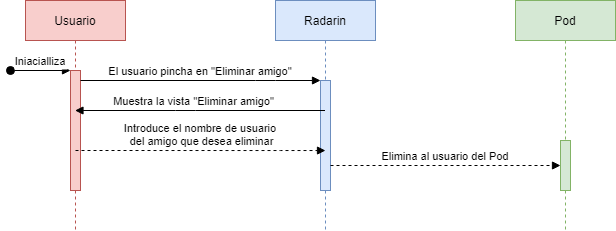
Earlier version of the draw.io export webapp/docs/images/eliminarAmigo.png (Arquisoft/radarin_es2a). Source tidied: cells renumbered, new cells last; positions are measured from the earlier drawing's top-left corner, leaving out a move shared by most shapes. Its diagram source:
```xml
<mxGraphModel>
  <root>
    <mxCell id="0" />
    <mxCell id="1" parent="0" />
    <mxCell id="2" value="Usuario" style="shape=umlLifeline;perimeter=lifelinePerimeter;rounded=0;shadow=0;strokeWidth=1;fillColor=#f8cecc;strokeColor=#b85450;" parent="1" vertex="1">
      <mxGeometry x="15" width="100" height="230" as="geometry" />
    </mxCell>
    <mxCell id="3" style="points=[];perimeter=orthogonalPerimeter;rounded=0;shadow=0;strokeWidth=1;fillColor=#f8cecc;strokeColor=#b85450;" parent="2" vertex="1">
      <mxGeometry x="45" y="70" width="10" height="120" as="geometry" />
    </mxCell>
    <mxCell id="4" value="Iniacialliza" style="verticalAlign=bottom;startArrow=oval;endArrow=block;startSize=8;shadow=0;strokeWidth=1;" parent="2" edge="1" target="3">
      <mxGeometry relative="1" as="geometry">
        <mxPoint x="-15" y="70" as="sourcePoint" />
      </mxGeometry>
    </mxCell>
    <mxCell id="5" value="Radarin" style="shape=umlLifeline;perimeter=lifelinePerimeter;rounded=0;shadow=0;strokeWidth=1;fillColor=#dae8fc;strokeColor=#6c8ebf;" parent="1" vertex="1">
      <mxGeometry x="265" width="100" height="230" as="geometry" />
    </mxCell>
    <mxCell id="6" style="points=[];perimeter=orthogonalPerimeter;rounded=0;shadow=0;strokeWidth=1;fillColor=#dae8fc;strokeColor=#6c8ebf;" parent="5" vertex="1">
      <mxGeometry x="45" y="80" width="10" height="110" as="geometry" />
    </mxCell>
    <mxCell id="7" value="El usuario pincha en &quot;Eliminar amigo&quot;" style="verticalAlign=bottom;endArrow=block;entryX=0;entryY=0;shadow=0;strokeWidth=1;" parent="1" edge="1" source="3" target="6">
      <mxGeometry relative="1" as="geometry">
        <Array as="points">
          <mxPoint x="255" y="80" />
        </Array>
      </mxGeometry>
    </mxCell>
    <mxCell id="8" value="Pod" style="shape=umlLifeline;perimeter=lifelinePerimeter;rounded=0;shadow=0;strokeWidth=1;fillColor=#d5e8d4;strokeColor=#82b366;" parent="1" vertex="1">
      <mxGeometry x="505" width="100" height="230" as="geometry" />
    </mxCell>
    <mxCell id="9" style="points=[];perimeter=orthogonalPerimeter;rounded=0;shadow=0;strokeWidth=1;fillColor=#d5e8d4;strokeColor=#82b366;" parent="8" vertex="1">
      <mxGeometry x="45" y="140" width="10" height="50" as="geometry" />
    </mxCell>
    <mxCell id="10" value="Muestra la vista &quot;Eliminar amigo&quot;" style="verticalAlign=bottom;endArrow=block;shadow=0;strokeWidth=1;" parent="1" edge="1" source="5" target="2">
      <mxGeometry x="0.05" relative="1" as="geometry">
        <Array as="points">
          <mxPoint x="175" y="110" />
        </Array>
      </mxGeometry>
    </mxCell>
    <mxCell id="11" value="Introduce el nombre de usuario&#10; del amigo que desea eliminar" style="verticalAlign=bottom;endArrow=block;entryX=0;entryY=0;shadow=0;strokeWidth=1;exitX=0.5;exitY=0.318;exitDx=0;exitDy=0;exitPerimeter=0;dashed=1;" parent="1" edge="1">
      <mxGeometry relative="1" as="geometry">
        <mxPoint x="65" y="150" as="sourcePoint" />
        <mxPoint x="315" y="150" as="targetPoint" />
        <Array as="points">
          <mxPoint x="260" y="150" />
        </Array>
      </mxGeometry>
    </mxCell>
    <mxCell id="12" value="Elimina al usuario del Pod" style="verticalAlign=bottom;endArrow=block;shadow=0;strokeWidth=1;dashed=1;entryX=0;entryY=0.5;entryDx=0;entryDy=0;entryPerimeter=0;" parent="1" edge="1" source="6" target="9">
      <mxGeometry relative="1" as="geometry">
        <Array as="points">
          <mxPoint x="435" y="165" />
        </Array>
      </mxGeometry>
    </mxCell>
  </root>
</mxGraphModel>
```
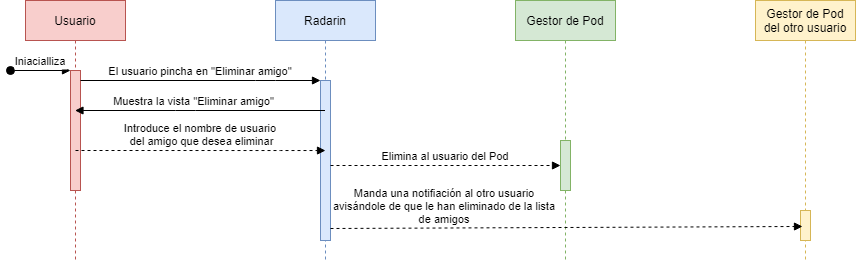
After the change.

Diff of the diagram source:
```diff
@@ -3,7 +3,7 @@
     <mxCell id="0" />
     <mxCell id="1" parent="0" />
     <mxCell id="2" value="Usuario" style="shape=umlLifeline;perimeter=lifelinePerimeter;rounded=0;shadow=0;strokeWidth=1;fillColor=#f8cecc;strokeColor=#b85450;" parent="1" vertex="1">
-      <mxGeometry x="15" width="100" height="230" as="geometry" />
+      <mxGeometry x="15" width="100" height="260" as="geometry" />
     </mxCell>
     <mxCell id="3" style="points=[];perimeter=orthogonalPerimeter;rounded=0;shadow=0;strokeWidth=1;fillColor=#f8cecc;strokeColor=#b85450;" parent="2" vertex="1">
       <mxGeometry x="45" y="70" width="10" height="120" as="geometry" />
@@ -14,10 +14,10 @@
       </mxGeometry>
     </mxCell>
     <mxCell id="5" value="Radarin" style="shape=umlLifeline;perimeter=lifelinePerimeter;rounded=0;shadow=0;strokeWidth=1;fillColor=#dae8fc;strokeColor=#6c8ebf;" parent="1" vertex="1">
-      <mxGeometry x="265" width="100" height="230" as="geometry" />
+      <mxGeometry x="265" width="100" height="260" as="geometry" />
     </mxCell>
     <mxCell id="6" style="points=[];perimeter=orthogonalPerimeter;rounded=0;shadow=0;strokeWidth=1;fillColor=#dae8fc;strokeColor=#6c8ebf;" parent="5" vertex="1">
-      <mxGeometry x="45" y="80" width="10" height="110" as="geometry" />
+      <mxGeometry x="45" y="80" width="10" height="160" as="geometry" />
     </mxCell>
     <mxCell id="7" value="El usuario pincha en &quot;Eliminar amigo&quot;" style="verticalAlign=bottom;endArrow=block;entryX=0;entryY=0;shadow=0;strokeWidth=1;" parent="1" edge="1" source="3" target="6">
       <mxGeometry relative="1" as="geometry">
@@ -26,8 +26,8 @@
         </Array>
       </mxGeometry>
     </mxCell>
-    <mxCell id="8" value="Pod" style="shape=umlLifeline;perimeter=lifelinePerimeter;rounded=0;shadow=0;strokeWidth=1;fillColor=#d5e8d4;strokeColor=#82b366;" parent="1" vertex="1">
-      <mxGeometry x="505" width="100" height="230" as="geometry" />
+    <mxCell id="8" value="Gestor de Pod" style="shape=umlLifeline;perimeter=lifelinePerimeter;rounded=0;shadow=0;strokeWidth=1;fillColor=#d5e8d4;strokeColor=#82b366;" parent="1" vertex="1">
+      <mxGeometry x="505" width="100" height="260" as="geometry" />
     </mxCell>
     <mxCell id="9" style="points=[];perimeter=orthogonalPerimeter;rounded=0;shadow=0;strokeWidth=1;fillColor=#d5e8d4;strokeColor=#82b366;" parent="8" vertex="1">
       <mxGeometry x="45" y="140" width="10" height="50" as="geometry" />
@@ -55,5 +55,14 @@
         </Array>
       </mxGeometry>
     </mxCell>
+    <mxCell id="13" value="Gestor de Pod&#10;del otro usuario" style="shape=umlLifeline;perimeter=lifelinePerimeter;rounded=0;shadow=0;strokeWidth=1;fillColor=#fff2cc;strokeColor=#d6b656;" parent="1" vertex="1">
+      <mxGeometry x="745" width="100" height="260" as="geometry" />
+    </mxCell>
+    <mxCell id="14" style="points=[];perimeter=orthogonalPerimeter;rounded=0;shadow=0;strokeWidth=1;fillColor=#fff2cc;strokeColor=#d6b656;" parent="13" vertex="1">
+      <mxGeometry x="45" y="210" width="10" height="30" as="geometry" />
+    </mxCell>
+    <mxCell id="15" value="Manda una notifiación al otro usuario&#10;avisándole de que le han eliminado de la lista&#10;de amigos" style="verticalAlign=bottom;endArrow=block;shadow=0;strokeWidth=1;dashed=1;exitX=1;exitY=0.925;exitDx=0;exitDy=0;exitPerimeter=0;entryX=0.2;entryY=0.533;entryDx=0;entryDy=0;entryPerimeter=0;" parent="1" edge="1" source="6" target="14">
+      <mxGeometry x="-0.52" relative="1" as="geometry" />
+    </mxCell>
   </root>
 </mxGraphModel>
```
